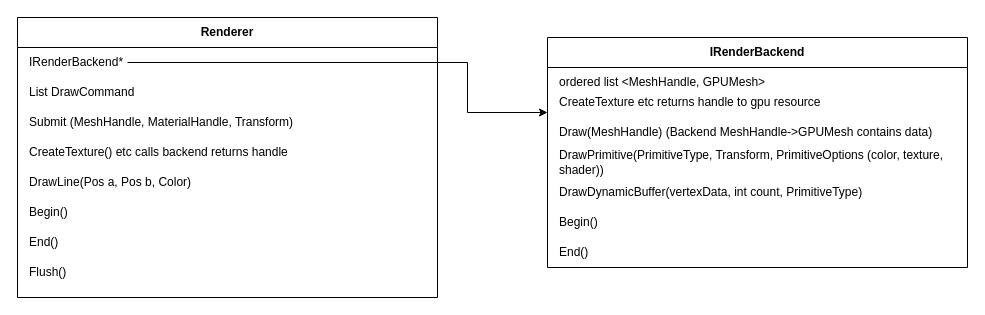
This is docs/BlockGame.drawio from Kreiseljustus/BlockGame, a draw.io file, before an edit. Source tidied: cells renumbered, new cells numbered last; positions are measured from the earlier drawing's top-left corner, leaving out a move shared by most shapes. Both pictures are drawn from the tidied source at 100%, with x=0, y=0 at pixel (17, 17).
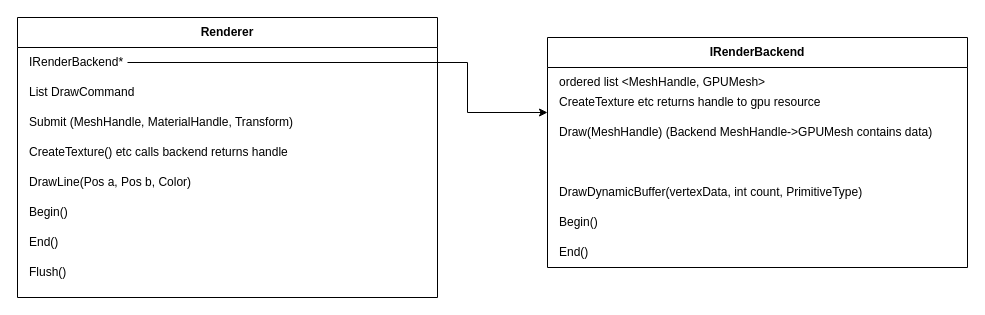
The same page after the edit.

The change refers to these unchanged cells:
```xml
<mxCell id="12" value="IRenderBackend" style="swimlane;whiteSpace=wrap;html=1;startSize=30;" parent="1" vertex="1">
  <mxGeometry x="530" y="20" width="420" height="230" as="geometry" />
</mxCell>
```

Diff of the diagram source:
```diff
@@
-    <mxCell id="15" value="DrawPrimitive(PrimitiveType, Transform, PrimitiveOptions (color, texture, shader))" style="text;html=1;whiteSpace=wrap;strokeColor=none;fillColor=none;align=left;verticalAlign=middle;rounded=0;" parent="12" vertex="1">
-      <mxGeometry x="10" y="110" width="400" height="30" as="geometry" />
-    </mxCell>
```
